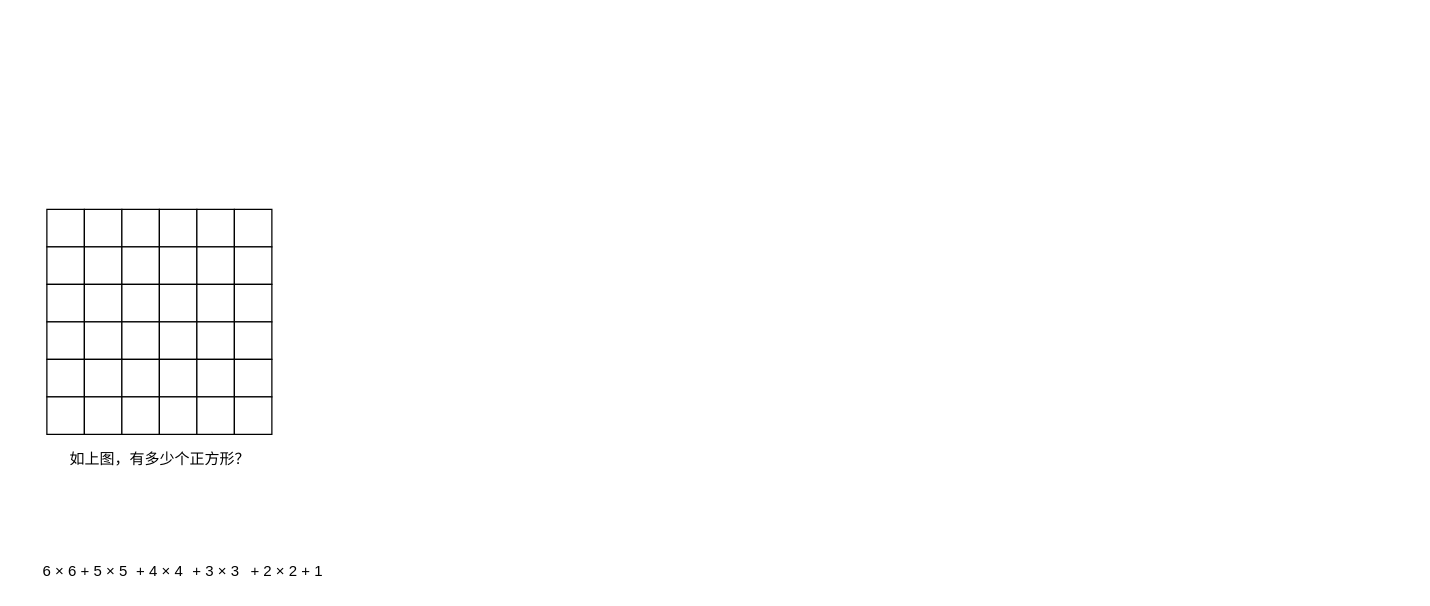
This is 算数.drawio from UTOUUCENTER-CD/Adv-Mathematics, a draw.io file, before an edit. Source tidied: cells renumbered, new cells numbered last; positions are measured from the earlier drawing's top-left corner, leaving out a move shared by most shapes. Both pictures are drawn from the tidied source at 125%, with x=0, y=0 at pixel (34, 209).
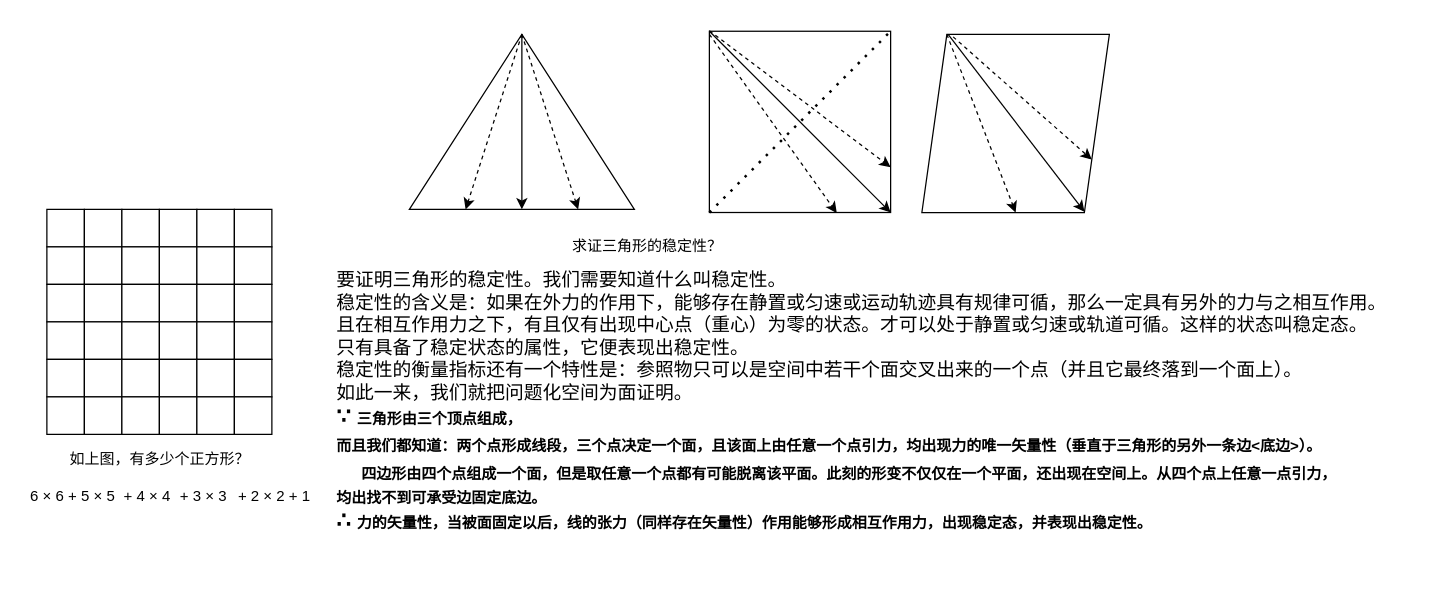
After the change.

Diff of the diagram source:
```diff
@@
     <mxCell id="45" value="6 × 6" style="text;html=1;align=center;verticalAlign=middle;" parent="1" vertex="1">
-      <mxGeometry y="280" width="40" height="20" as="geometry" />
+      <mxGeometry x="-10" y="220" width="40" height="20" as="geometry" />
     </mxCell>
     <mxCell id="46" value="+ 3 × 3" style="text;html=1;align=center;verticalAlign=middle;" parent="1" vertex="1">
-      <mxGeometry x="120" y="280" width="50" height="20" as="geometry" />
+      <mxGeometry x="110" y="220" width="50" height="20" as="geometry" />
     </mxCell>
     <mxCell id="47" value="&amp;nbsp;+ 2 × 2 + 1" style="text;html=1;align=center;verticalAlign=middle;" parent="1" vertex="1">
-      <mxGeometry x="160" y="280" width="80" height="20" as="geometry" />
+      <mxGeometry x="150" y="220" width="80" height="20" as="geometry" />
     </mxCell>
     <mxCell id="48" value="&amp;nbsp;+ 5 × 5" style="text;html=1;align=center;verticalAlign=middle;" parent="1" vertex="1">
-      <mxGeometry x="24" y="280" width="60" height="20" as="geometry" />
+      <mxGeometry x="14" y="220" width="60" height="20" as="geometry" />
     </mxCell>
     <mxCell id="49" value="+ 4 × 4" style="text;html=1;align=center;verticalAlign=middle;" parent="1" vertex="1">
-      <mxGeometry x="75" y="280" width="50" height="20" as="geometry" />
+      <mxGeometry x="65" y="220" width="50" height="20" as="geometry" />
     </mxCell>
+    <mxCell id="50" style="triangle;whiteSpace=wrap;html=1;rotation=-90;" parent="1" vertex="1">
+      <mxGeometry x="320" y="-160" width="140" height="180" as="geometry" />
+    </mxCell>
+    <mxCell id="51" style="whiteSpace=wrap;html=1;" parent="1" vertex="1">
+      <mxGeometry x="540" y="-142.5" width="145" height="145" as="geometry" />
+    </mxCell>
+    <mxCell id="52" value="求证三角形的稳定性？" style="text;html=1;align=center;verticalAlign=middle;strokeColor=none;" parent="1" vertex="1">
+      <mxGeometry x="420" y="20" width="140" height="20" as="geometry" />
+    </mxCell>
+    <mxCell id="53" value="&lt;font&gt;&lt;font&gt;&lt;span style=&quot;font-size: 12px&quot;&gt;&lt;br&gt;&lt;/span&gt;要证明三角形的稳定性。我们需要知道什么叫稳定性。&lt;br&gt;稳定性的含义是：如果在外力的作用下，能够存在静置或匀速或运动轨迹具有规律可循，那么一定具有另外的力与之相互作用。&lt;br&gt;且在相互作用力之下，有且仅有出现中心点（重心）为零的状态。才可以处于静置或匀速或轨道可循。这样的状态叫稳定态。&lt;br&gt;只有具备了稳定状态的属性，它便表现出稳定性。&lt;br&gt;稳定性的衡量指标还有一个特性是：参照物只可以是空间中若干个面交叉出来的一个点（并且它最终落到一个面上）。&lt;br&gt;如此一来，我们就把问题化空间为面证明。&lt;br&gt;&lt;b&gt;&lt;span style=&quot;font-size: 18px&quot;&gt;∵&amp;nbsp;&lt;/span&gt;&lt;span style=&quot;font-size: 12px&quot;&gt;三角形由三个顶点组成，&lt;br&gt;而且我们都知道：两个点形成线段，三个点决定一个面，且该面上由任意一个点引力，&lt;/span&gt;&lt;span style=&quot;font-size: 12px&quot;&gt;均出现力的唯一矢量性（垂直于三角形的另外一条边&amp;lt;底边&amp;gt;）。&lt;/span&gt;&lt;span style=&quot;font-size: 18px&quot;&gt;&amp;nbsp;&lt;/span&gt;&lt;br&gt;&lt;span style=&quot;font-size: 18px&quot;&gt;&amp;nbsp; &amp;nbsp;&amp;nbsp;&lt;/span&gt;&lt;span style=&quot;font-size: 12px&quot;&gt;四边形由四个点组成一个面，但是取任意一个点都有可能脱离该平面。此刻的形变不仅仅在一个平面，&lt;/span&gt;&lt;span style=&quot;font-size: 12px&quot;&gt;还出现在空间上。从四个点上任意一点引力，&lt;br&gt;均出找不到可承受边固定底边。&lt;/span&gt;&lt;br&gt;&lt;span style=&quot;font-size: 18px&quot;&gt;∴&amp;nbsp;&lt;/span&gt;&lt;span style=&quot;font-size: 12px&quot;&gt;力的矢量性，当被面固定以后，线的张力（同样存在矢量性）作用能够形成相互作用力，出现稳定态，并表现出稳定性。&lt;/span&gt;&lt;/b&gt;&lt;br&gt;&lt;/font&gt;&lt;/font&gt;" style="text;html=1;align=left;verticalAlign=middle;strokeColor=none;fontSize=15;" parent="1" vertex="1">
+      <mxGeometry x="240" y="30" width="860" height="230" as="geometry" />
+    </mxCell>
+    <mxCell id="54" style="endArrow=none;dashed=1;html=1;dashPattern=1 3;strokeWidth=2;exitX=0;exitY=1;exitDx=0;exitDy=0;entryX=1;entryY=0;entryDx=0;entryDy=0;" parent="1" edge="1" source="51" target="51">
+      <mxGeometry relative="1" as="geometry" />
+    </mxCell>
+    <mxCell id="55" style="endArrow=classic;html=1;exitX=1;exitY=0.5;exitDx=0;exitDy=0;entryX=0;entryY=0.5;entryDx=0;entryDy=0;" parent="1" edge="1" source="50" target="50">
+      <mxGeometry relative="1" as="geometry" />
+    </mxCell>
+    <mxCell id="56" style="endArrow=classic;html=1;exitX=0;exitY=0;exitDx=0;exitDy=0;entryX=1;entryY=1;entryDx=0;entryDy=0;" parent="1" edge="1" source="51" target="51">
+      <mxGeometry relative="1" as="geometry" />
+    </mxCell>
+    <mxCell id="57" style="shape=parallelogram;perimeter=parallelogramPerimeter;whiteSpace=wrap;html=1;fixedSize=1;" parent="1" vertex="1">
+      <mxGeometry x="710" y="-140" width="150" height="142.5" as="geometry" />
+    </mxCell>
+    <mxCell id="58" style="endArrow=classic;html=1;entryX=0;entryY=0.75;entryDx=0;entryDy=0;dashed=1;" parent="1" edge="1" target="50">
+      <mxGeometry relative="1" as="geometry">
+        <mxPoint x="390" y="-140" as="sourcePoint" />
+      </mxGeometry>
+    </mxCell>
+    <mxCell id="59" style="endArrow=classic;html=1;entryX=0;entryY=0.25;entryDx=0;entryDy=0;dashed=1;" parent="1" edge="1" target="50">
+      <mxGeometry relative="1" as="geometry">
+        <mxPoint x="390" y="-140" as="sourcePoint" />
+      </mxGeometry>
+    </mxCell>
+    <mxCell id="60" style="endArrow=classic;html=1;entryX=0.867;entryY=0.996;entryDx=0;entryDy=0;entryPerimeter=0;exitX=0.14;exitY=0;exitDx=0;exitDy=0;exitPerimeter=0;" parent="1" edge="1" source="57" target="57">
+      <mxGeometry relative="1" as="geometry" />
+    </mxCell>
+    <mxCell id="61" style="endArrow=classic;html=1;entryX=0.5;entryY=1;entryDx=0;entryDy=0;dashed=1;" parent="1" edge="1" target="57">
+      <mxGeometry relative="1" as="geometry">
+        <mxPoint x="730" y="-140" as="sourcePoint" />
+      </mxGeometry>
+    </mxCell>
+    <mxCell id="62" style="endArrow=classic;html=1;entryX=1;entryY=0.75;entryDx=0;entryDy=0;dashed=1;exitX=0.167;exitY=0.014;exitDx=0;exitDy=0;exitPerimeter=0;" parent="1" edge="1" source="57" target="57">
+      <mxGeometry relative="1" as="geometry" />
+    </mxCell>
+    <mxCell id="63" style="endArrow=classic;html=1;entryX=0.703;entryY=1.003;entryDx=0;entryDy=0;dashed=1;entryPerimeter=0;" parent="1" edge="1" target="51">
+      <mxGeometry relative="1" as="geometry">
+        <mxPoint x="540" y="-140" as="sourcePoint" />
+      </mxGeometry>
+    </mxCell>
+    <mxCell id="64" style="endArrow=classic;html=1;entryX=1;entryY=0.75;entryDx=0;entryDy=0;dashed=1;" parent="1" edge="1" target="51">
+      <mxGeometry relative="1" as="geometry">
+        <mxPoint x="540" y="-143" as="sourcePoint" />
+      </mxGeometry>
+    </mxCell>
```
